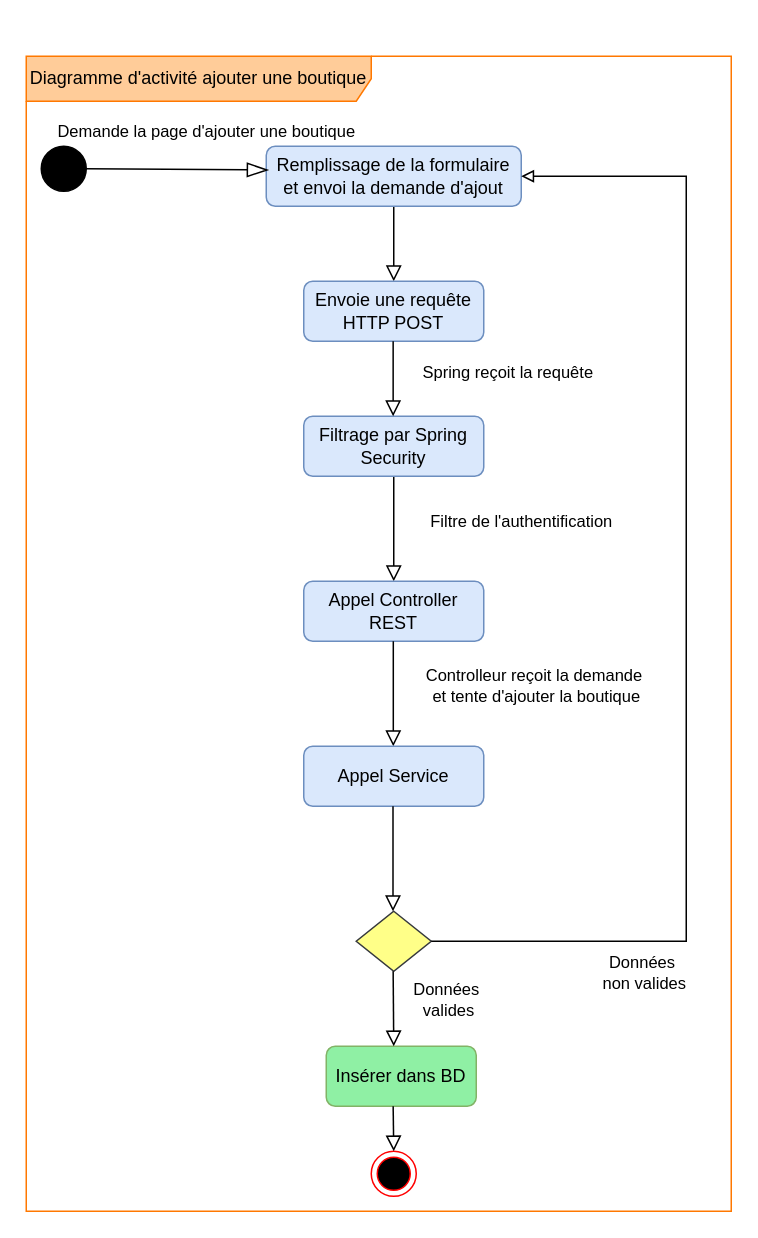
Before: diagramme_activite_ajout_store.drawio.drawio in amine-elarass49/angular_doc, a draw.io diagram. Source tidied: cells renumbered, new cells numbered last; positions are measured from the earlier drawing's top-left corner, leaving out a move shared by most shapes. Both pictures are drawn from the tidied source at 150%, with x=0, y=0 at pixel (26, 56).
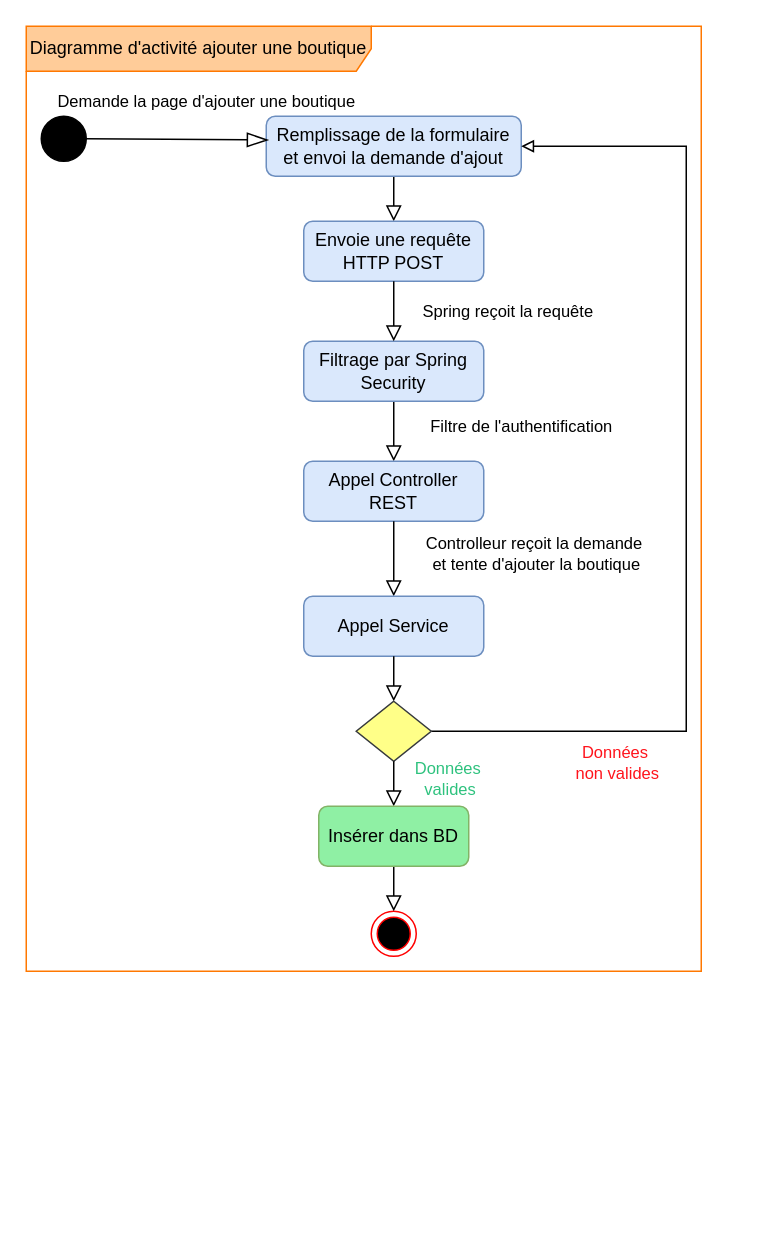
The same diagram, later.

What changed in the source:
```diff
@@
-    <mxCell id="2" style="rounded=0;html=1;jettySize=auto;fontSize=11;endArrow=block;endFill=0;endSize=8;strokeWidth=1;shadow=0;labelBackgroundColor=none;entryX=0.5;entryY=0;entryDx=0;entryDy=0;" parent="1" edge="1" source="4" target="16">
-      <mxGeometry relative="1" as="geometry" />
+    <mxCell id="2" style="rounded=0;html=1;jettySize=auto;fontSize=11;endArrow=block;endFill=0;endSize=8;strokeWidth=1;shadow=0;labelBackgroundColor=none;" parent="1" edge="1" source="4">
+      <mxGeometry relative="1" as="geometry">
+        <mxPoint x="245" y="110" as="targetPoint" />
+      </mxGeometry>
     </mxCell>
     <mxCell id="3" value="&lt;font style=&quot;font-size: 11px;&quot;&gt;Spring reçoit la requête&lt;/font&gt;" style="edgeLabel;html=1;align=center;verticalAlign=middle;" parent="2" vertex="1">
       <mxGeometry x="-0.37" y="-1" relative="1" as="geometry">
-        <mxPoint x="76" y="94" as="offset" />
+        <mxPoint x="76" y="80" as="offset" />
       </mxGeometry>
     </mxCell>
     <mxCell id="4" value="Remplissage de la formulaire et envoi la demande d'ajout" style="rounded=1;whiteSpace=wrap;html=1;fontSize=12;glass=0;strokeWidth=1;shadow=0;fillColor=#dae8fc;strokeColor=#6c8ebf;" parent="1" vertex="1">
-      <mxGeometry x="160" y="60" width="170" height="40" as="geometry" />
+      <mxGeometry x="160" y="40" width="170" height="40" as="geometry" />
     </mxCell>
-    <mxCell id="5" value="Filtre de l'authentification" style="rounded=0;html=1;jettySize=auto;fontSize=11;endArrow=block;endFill=0;endSize=8;strokeWidth=1;shadow=0;labelBackgroundColor=none;exitX=0.5;exitY=1;exitDx=0;exitDy=0;entryX=0.5;entryY=0;entryDx=0;entryDy=0;" parent="1" edge="1" source="6" target="11">
-      <mxGeometry x="-0.14" y="85" relative="1" as="geometry" />
+    <mxCell id="5" value="Filtre de l'authentification" style="rounded=0;html=1;jettySize=auto;fontSize=11;endArrow=block;endFill=0;endSize=8;strokeWidth=1;shadow=0;labelBackgroundColor=none;exitX=0.5;exitY=1;exitDx=0;exitDy=0;" parent="1" edge="1" source="6">
+      <mxGeometry x="-0.14" y="85" relative="1" as="geometry">
+        <mxPoint x="245" y="270" as="targetPoint" />
+      </mxGeometry>
     </mxCell>
     <mxCell id="6" value="Filtrage par Spring Security" style="rounded=1;whiteSpace=wrap;html=1;fontSize=12;glass=0;strokeWidth=1;shadow=0;fillColor=#dae8fc;strokeColor=#6c8ebf;" parent="1" vertex="1">
-      <mxGeometry x="185" y="240" width="120" height="40" as="geometry" />
+      <mxGeometry x="185" y="190" width="120" height="40" as="geometry" />
     </mxCell>
-    <mxCell id="7" style="rhombus;whiteSpace=wrap;html=1;shadow=0;fontFamily=Helvetica;fontSize=12;align=center;strokeWidth=1;spacing=6;spacingTop=-4;fillColor=#ffff88;strokeColor=#36393d;" parent="1" vertex="1">
-      <mxGeometry x="220" y="570" width="50" height="40" as="geometry" />
-    </mxCell>
-    <mxCell id="8" value="Insérer dans BD" style="rounded=1;whiteSpace=wrap;html=1;fontSize=12;glass=0;strokeWidth=1;shadow=0;strokeColor=#82b366;fillColor=#8ff0a4;" parent="1" vertex="1">
-      <mxGeometry x="200" y="660" width="100" height="40" as="geometry" />
-    </mxCell>
     <mxCell id="9" style="ellipse;fillColor=strokeColor;html=1;" parent="1" vertex="1">
-      <mxGeometry x="10" y="60" width="30" height="30" as="geometry" />
+      <mxGeometry x="10" y="40" width="30" height="30" as="geometry" />
     </mxCell>
@@
     <mxCell id="11" value="Appel Controller REST" style="rounded=1;whiteSpace=wrap;html=1;fontSize=12;glass=0;strokeWidth=1;shadow=0;fillColor=#dae8fc;strokeColor=#6c8ebf;" parent="1" vertex="1">
-      <mxGeometry x="185" y="350" width="120" height="40" as="geometry" />
+      <mxGeometry x="185" y="270" width="120" height="40" as="geometry" />
     </mxCell>
-    <mxCell id="12" value="&lt;div style=&quot;&quot;&gt;&lt;font style=&quot;font-size: 11px;&quot;&gt;Controlleur reçoit la demande&amp;nbsp;&lt;/font&gt;&lt;/div&gt;&lt;div style=&quot;&quot;&gt;&lt;font style=&quot;font-size: 11px;&quot;&gt;et tente d'ajouter la boutique&lt;br&gt;&lt;/font&gt;&lt;/div&gt;" style="rounded=0;html=1;jettySize=auto;orthogonalLoop=1;fontSize=11;endArrow=block;endFill=0;endSize=8;strokeWidth=1;shadow=0;labelBackgroundColor=none;exitX=0.5;exitY=1;exitDx=0;exitDy=0;" parent="1" edge="1">
+    <mxCell id="12" value="&lt;div style=&quot;&quot;&gt;&lt;font style=&quot;font-size: 11px;&quot;&gt;Controlleur reçoit la demande&amp;nbsp;&lt;/font&gt;&lt;/div&gt;&lt;div style=&quot;&quot;&gt;&lt;font style=&quot;font-size: 11px;&quot;&gt;et tente d'ajouter la boutique&lt;br&gt;&lt;/font&gt;&lt;/div&gt;" style="rounded=0;html=1;jettySize=auto;fontSize=11;endArrow=block;endFill=0;endSize=8;strokeWidth=1;shadow=0;labelBackgroundColor=none;" parent="1" edge="1" source="11">
       <mxGeometry x="-0.14" y="95" relative="1" as="geometry">
-        <mxPoint x="244.7" y="390" as="sourcePoint" />
-        <mxPoint x="244.7" y="460" as="targetPoint" />
+        <mxPoint x="245" y="360" as="targetPoint" />
       </mxGeometry>
     </mxCell>
     <mxCell id="13" value="Appel Service" style="rounded=1;whiteSpace=wrap;html=1;fontSize=12;glass=0;strokeWidth=1;shadow=0;fillColor=#dae8fc;strokeColor=#6c8ebf;" parent="1" vertex="1">
-      <mxGeometry x="185" y="460" width="120" height="40" as="geometry" />
+      <mxGeometry x="185" y="360" width="120" height="40" as="geometry" />
     </mxCell>
     <mxCell id="14" style="ellipse;html=1;shape=endState;fillColor=#000000;strokeColor=#ff0000;" parent="1" vertex="1">
-      <mxGeometry x="230" y="730" width="30" height="30" as="geometry" />
+      <mxGeometry x="230" y="570" width="30" height="30" as="geometry" />
     </mxCell>
     <mxCell id="15" value="Diagramme d'activité ajouter une boutique" style="shape=umlFrame;whiteSpace=wrap;html=1;width=230;height=30;fillColor=#ffcc99;strokeColor=#ff7800;" parent="1" vertex="1">
-      <mxGeometry width="470" height="770" as="geometry" />
+      <mxGeometry y="-20" width="450" height="630" as="geometry" />
     </mxCell>
     <mxCell id="16" value="Envoie une requête HTTP POST" style="rounded=1;whiteSpace=wrap;html=1;fontSize=12;glass=0;strokeWidth=1;shadow=0;fillColor=#dae8fc;strokeColor=#6c8ebf;" parent="1" vertex="1">
-      <mxGeometry x="185" y="150" width="120" height="40" as="geometry" />
+      <mxGeometry x="185" y="110" width="120" height="40" as="geometry" />
     </mxCell>
-    <mxCell id="17" style="rounded=0;html=1;jettySize=auto;orthogonalLoop=1;fontSize=11;endArrow=block;endFill=0;endSize=8;strokeWidth=1;shadow=0;labelBackgroundColor=none;entryX=0.5;entryY=0;entryDx=0;entryDy=0;" parent="1" edge="1">
+    <mxCell id="17" style="rounded=0;html=1;jettySize=auto;fontSize=11;endArrow=block;endFill=0;endSize=8;strokeWidth=1;shadow=0;labelBackgroundColor=none;exitX=0.5;exitY=1;exitDx=0;exitDy=0;" parent="1" edge="1" source="16">
       <mxGeometry relative="1" as="geometry">
-        <mxPoint x="244.6" y="190" as="sourcePoint" />
-        <mxPoint x="244.6" y="240" as="targetPoint" />
+        <mxPoint x="245" y="190" as="targetPoint" />
       </mxGeometry>
     </mxCell>
-    <mxCell id="18" style="rounded=0;html=1;jettySize=auto;orthogonalLoop=1;fontSize=11;endArrow=block;endFill=0;endSize=8;strokeWidth=1;shadow=0;labelBackgroundColor=none;exitX=0.5;exitY=1;exitDx=0;exitDy=0;" parent="1" edge="1">
-      <mxGeometry x="-0.14" y="95" relative="1" as="geometry">
-        <mxPoint x="244.5" y="500" as="sourcePoint" />
-        <mxPoint x="244.5" y="570" as="targetPoint" />
-      </mxGeometry>
-    </mxCell>
-    <mxCell id="19" style="rounded=0;html=1;jettySize=auto;orthogonalLoop=1;fontSize=11;endArrow=block;endFill=0;endSize=8;strokeWidth=1;shadow=0;labelBackgroundColor=none;exitX=0.5;exitY=1;exitDx=0;exitDy=0;" parent="1" edge="1">
-      <mxGeometry x="-0.14" y="95" relative="1" as="geometry">
-        <mxPoint x="244.6" y="610" as="sourcePoint" />
-        <mxPoint x="245" y="660" as="targetPoint" />
-      </mxGeometry>
-    </mxCell>
-    <mxCell id="20" value="&lt;div&gt;Données&lt;/div&gt;&lt;div&gt;&amp;nbsp;valides&lt;/div&gt;" style="edgeLabel;html=1;align=center;verticalAlign=middle;" parent="19" vertex="1">
-      <mxGeometry x="-0.24" relative="1" as="geometry">
-        <mxPoint x="35" as="offset" />
-      </mxGeometry>
-    </mxCell>
-    <mxCell id="21" style="rounded=0;html=1;jettySize=auto;orthogonalLoop=1;fontSize=11;endArrow=block;endFill=0;endSize=8;strokeWidth=1;shadow=0;labelBackgroundColor=none;exitX=0.5;exitY=1;exitDx=0;exitDy=0;" parent="1" edge="1">
-      <mxGeometry x="-0.14" y="95" relative="1" as="geometry">
-        <mxPoint x="244.6" y="700" as="sourcePoint" />
-        <mxPoint x="245" y="730" as="targetPoint" />
-      </mxGeometry>
+    <mxCell id="21" style="rounded=0;html=1;jettySize=auto;fontSize=11;endArrow=block;endFill=0;endSize=8;strokeWidth=1;shadow=0;labelBackgroundColor=none;entryX=0.5;entryY=0;entryDx=0;entryDy=0;" parent="1" edge="1" source="8" target="14">
+      <mxGeometry x="-0.14" y="95" relative="1" as="geometry" />
     </mxCell>
-    <mxCell id="22" style="edgeStyle=orthogonalEdgeStyle;rounded=0;jettySize=auto;html=1;exitX=1;exitY=0.5;exitDx=0;exitDy=0;endArrow=none;endFill=0;startArrow=block;startFill=0;sourcePerimeterSpacing=8;targetPerimeterSpacing=7;" parent="1" edge="1" source="4">
+    <mxCell id="22" style="edgeStyle=orthogonalEdgeStyle;rounded=0;jettySize=auto;html=1;exitX=1;exitY=0.5;exitDx=0;exitDy=0;endArrow=none;endFill=0;startArrow=block;startFill=0;sourcePerimeterSpacing=8;targetPerimeterSpacing=7;entryX=1;entryY=0.5;entryDx=0;entryDy=0;" parent="1" edge="1" source="4" target="7">
       <mxGeometry relative="1" as="geometry">
-        <mxPoint x="270" y="590" as="targetPoint" />
         <Array as="points">
-          <mxPoint x="440" y="80" />
-          <mxPoint x="440" y="590" />
+          <mxPoint x="440" y="60" />
+          <mxPoint x="440" y="450" />
         </Array>
       </mxGeometry>
     </mxCell>
-    <mxCell id="23" value="&lt;div&gt;Données&amp;nbsp;&lt;/div&gt;&lt;div&gt;non valides&lt;/div&gt;" style="edgeLabel;html=1;align=center;verticalAlign=middle;" parent="22" vertex="1">
+    <mxCell id="23" value="&lt;div&gt;&lt;font color=&quot;#ff141c&quot;&gt;Données&amp;nbsp;&lt;/font&gt;&lt;/div&gt;&lt;div&gt;&lt;font color=&quot;#ff141c&quot;&gt;non valides&lt;/font&gt;&lt;/div&gt;" style="edgeLabel;html=1;align=center;verticalAlign=middle;" parent="22" vertex="1">
       <mxGeometry x="0.71" y="5" relative="1" as="geometry">
         <mxPoint x="26" y="15" as="offset" />
       </mxGeometry>
     </mxCell>
+    <mxCell id="24" style="rounded=0;html=1;jettySize=auto;fontSize=11;endArrow=block;endFill=0;endSize=8;strokeWidth=1;shadow=0;labelBackgroundColor=none;" parent="1" edge="1" source="13">
+      <mxGeometry x="-0.14" y="95" relative="1" as="geometry">
+        <mxPoint x="245" y="430" as="targetPoint" />
+      </mxGeometry>
+    </mxCell>
+    <mxCell id="7" style="rhombus;whiteSpace=wrap;html=1;shadow=0;fontFamily=Helvetica;fontSize=12;align=center;strokeWidth=1;spacing=6;spacingTop=-4;fillColor=#ffff88;strokeColor=#36393d;" parent="1" vertex="1">
+      <mxGeometry x="220" y="430" width="50" height="40" as="geometry" />
+    </mxCell>
+    <mxCell id="25" style="rounded=0;html=1;jettySize=auto;fontSize=11;endArrow=block;endFill=0;endSize=8;strokeWidth=1;shadow=0;labelBackgroundColor=none;exitX=0.5;exitY=1;exitDx=0;exitDy=0;" parent="1" edge="1" source="7">
+      <mxGeometry x="-0.14" y="95" relative="1" as="geometry">
+        <mxPoint x="245" y="500" as="targetPoint" />
+      </mxGeometry>
+    </mxCell>
+    <mxCell id="20" value="&lt;div&gt;&lt;font color=&quot;#2ec27e&quot;&gt;Données&lt;/font&gt;&lt;/div&gt;&lt;div&gt;&lt;font color=&quot;#2ec27e&quot;&gt;&amp;nbsp;valides&lt;/font&gt;&lt;/div&gt;" style="edgeLabel;html=1;align=center;verticalAlign=middle;" parent="25" vertex="1">
+      <mxGeometry x="-0.24" relative="1" as="geometry">
+        <mxPoint x="35" as="offset" />
+      </mxGeometry>
+    </mxCell>
+    <mxCell id="8" value="Insérer dans BD" style="rounded=1;whiteSpace=wrap;html=1;fontSize=12;glass=0;strokeWidth=1;shadow=0;strokeColor=#82b366;fillColor=#8ff0a4;" parent="1" vertex="1">
+      <mxGeometry x="195" y="500" width="100" height="40" as="geometry" />
+    </mxCell>
```
